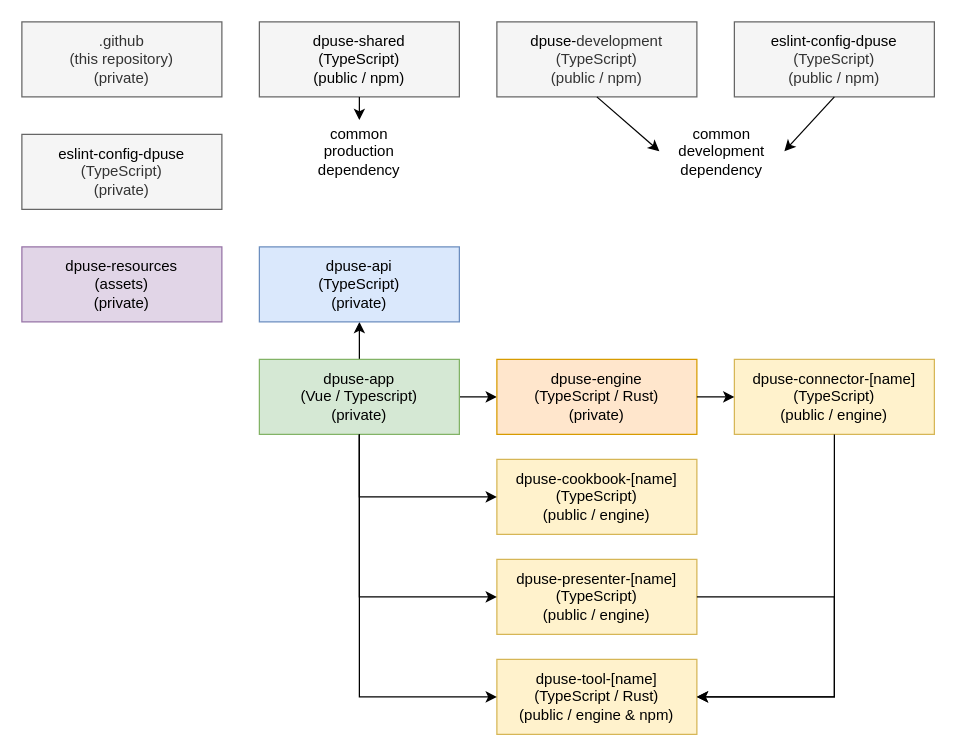
This is Repositories Schematic.drawio from dpuse/.github, a draw.io file, before an edit. Source tidied: cells renumbered, new cells numbered last; positions are measured from the earlier drawing's top-left corner, leaving out a move shared by most shapes. Both pictures are drawn from the tidied source at 125%, with x=0, y=0 at pixel (21, 21).
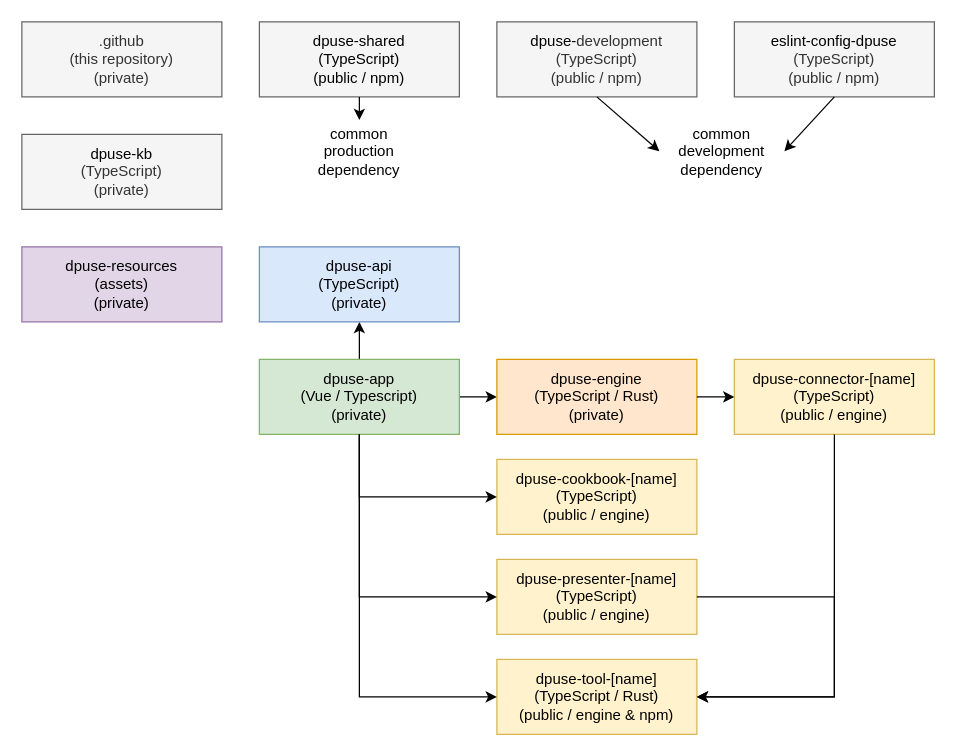
The same diagram, later.

The edit, as a diff of the source:
```diff
@@
-    <mxCell id="27" value="&lt;font color=&quot;#000000&quot;&gt;eslint-config-dpuse&lt;/font&gt;&lt;br&gt;(TypeScript)&lt;div&gt;(private)&lt;/div&gt;" style="rounded=0;whiteSpace=wrap;html=1;fillColor=#f5f5f5;fontColor=#333333;strokeColor=#666666;" parent="1" vertex="1">
+    <mxCell id="27" value="&lt;font color=&quot;#000000&quot;&gt;dpuse-kb&lt;/font&gt;&lt;br&gt;(TypeScript)&lt;div&gt;(private)&lt;/div&gt;" style="rounded=0;whiteSpace=wrap;html=1;fillColor=#f5f5f5;fontColor=#333333;strokeColor=#666666;" parent="1" vertex="1">
       <mxGeometry y="90" width="160" height="60" as="geometry" />
     </mxCell>
```
